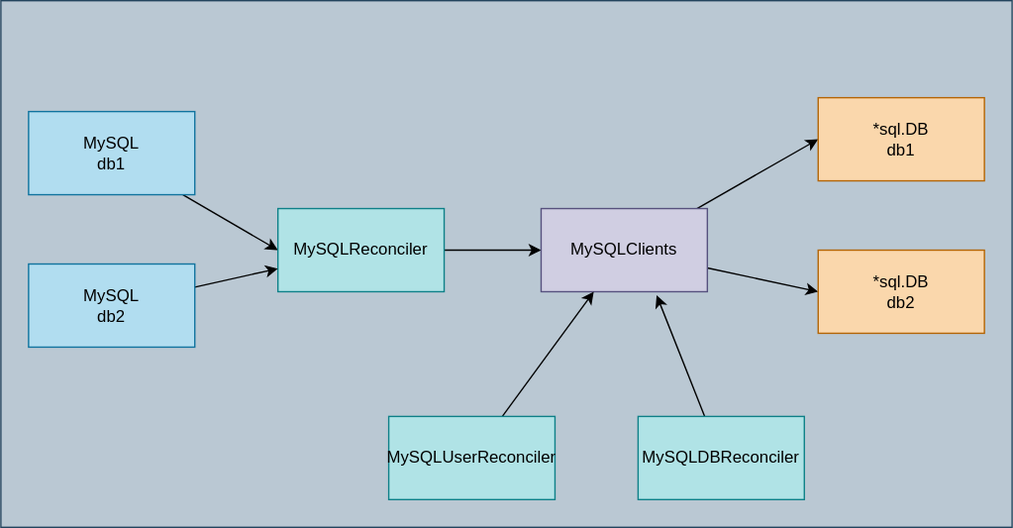
Earlier version of the draw.io export diagram.drawio.svg (nakamasato/mysql-operator). Source tidied: cells renumbered, new cells last; positions are measured from the earlier drawing's top-left corner, leaving out a move shared by most shapes.
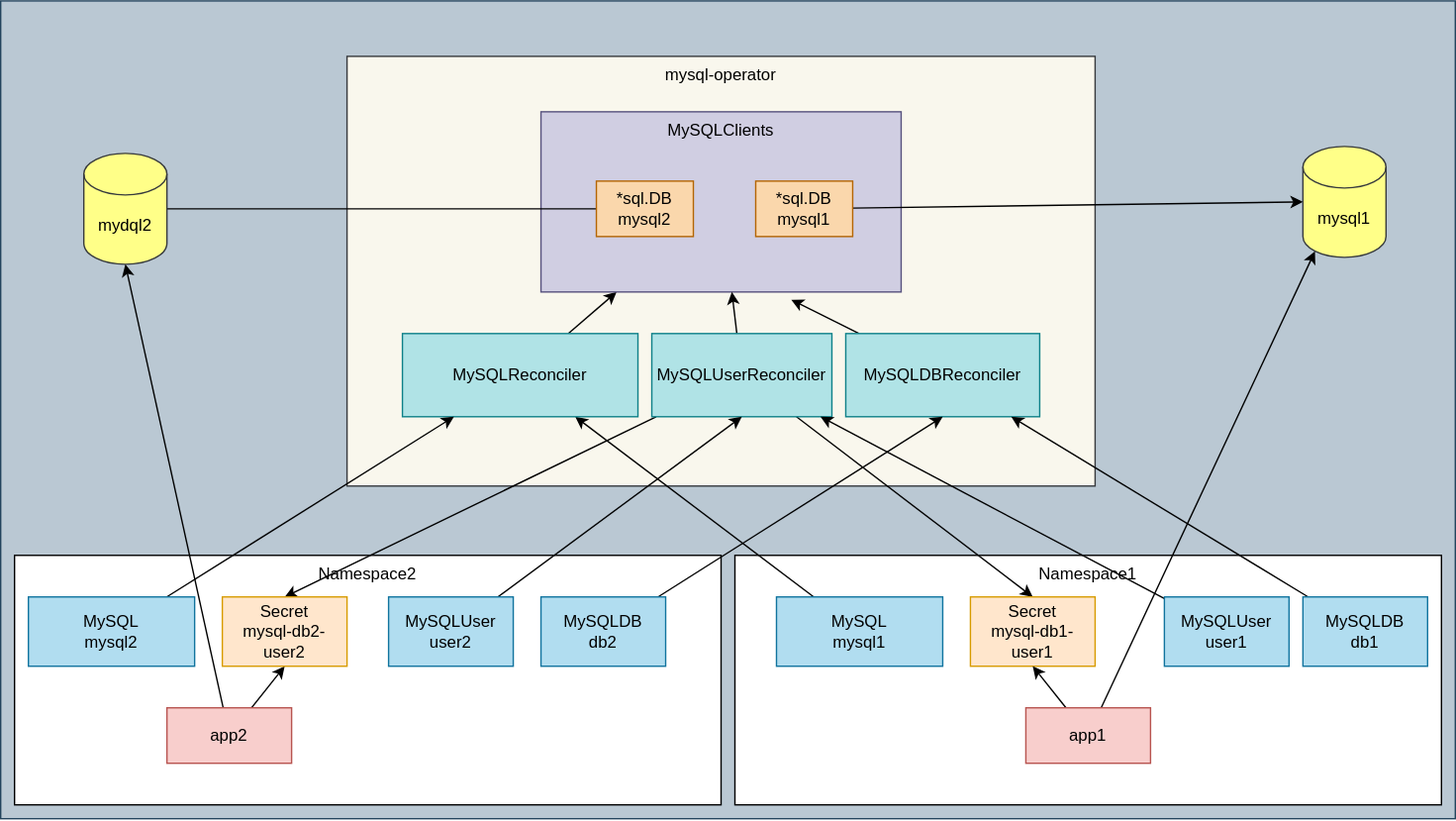
Above is the later version.

Commit message:
fix: include namespace in key of MySQLClients (#189)

The edit, as a diff of the source:
```diff
@@ -3,52 +3,121 @@
     <mxCell id="0" />
     <mxCell id="1" parent="0" />
     <mxCell id="2" style="rounded=0;whiteSpace=wrap;html=1;fillColor=#bac8d3;strokeColor=#23445d;" parent="1" vertex="1">
-      <mxGeometry width="730" height="380" as="geometry" />
+      <mxGeometry x="-120" width="1050" height="590" as="geometry" />
     </mxCell>
+    <mxCell id="18" value="Namespace2" style="rounded=0;whiteSpace=wrap;html=1;verticalAlign=top;" parent="1" vertex="1">
+      <mxGeometry x="-110" y="400" width="510" height="180" as="geometry" />
+    </mxCell>
+    <mxCell id="19" value="Namespace1" style="rounded=0;whiteSpace=wrap;html=1;verticalAlign=top;" parent="1" vertex="1">
+      <mxGeometry x="410" y="400" width="510" height="180" as="geometry" />
+    </mxCell>
+    <mxCell id="20" value="mysql-operator" style="rounded=0;whiteSpace=wrap;html=1;fillColor=#f9f7ed;strokeColor=#36393d;verticalAlign=top;" parent="1" vertex="1">
+      <mxGeometry x="130" y="40" width="540" height="310" as="geometry" />
+    </mxCell>
-    <mxCell id="3" style="edgeStyle=none;html=1;entryX=0;entryY=0.5;entryDx=0;entryDy=0;" parent="1" edge="1" source="4" target="6">
+    <mxCell id="3" style="edgeStyle=none;html=1;" parent="1" edge="1" source="4" target="6">
       <mxGeometry relative="1" as="geometry" />
     </mxCell>
-    <mxCell id="4" value="MySQL&lt;br&gt;db1" style="rounded=0;whiteSpace=wrap;html=1;fillColor=#b1ddf0;strokeColor=#10739e;" parent="1" vertex="1">
-      <mxGeometry x="20" y="80" width="120" height="60" as="geometry" />
+    <mxCell id="4" value="MySQL&lt;br&gt;mysql1" style="rounded=0;whiteSpace=wrap;html=1;fillColor=#b1ddf0;strokeColor=#10739e;" parent="1" vertex="1">
+      <mxGeometry x="440" y="430" width="120" height="50" as="geometry" />
     </mxCell>
     <mxCell id="5" style="edgeStyle=none;html=1;" parent="1" edge="1" source="6" target="9">
       <mxGeometry relative="1" as="geometry" />
     </mxCell>
     <mxCell id="6" value="MySQLReconciler" style="rounded=0;whiteSpace=wrap;html=1;fillColor=#b0e3e6;strokeColor=#0e8088;" parent="1" vertex="1">
-      <mxGeometry x="200" y="150" width="120" height="60" as="geometry" />
+      <mxGeometry x="170" y="240" width="170" height="60" as="geometry" />
     </mxCell>
-    <mxCell id="7" style="edgeStyle=none;html=1;entryX=0;entryY=0.5;entryDx=0;entryDy=0;" parent="1" edge="1" source="9" target="17">
-      <mxGeometry relative="1" as="geometry" />
-    </mxCell>
-    <mxCell id="8" style="edgeStyle=none;html=1;entryX=0;entryY=0.5;entryDx=0;entryDy=0;" parent="1" edge="1" source="9" target="16">
-      <mxGeometry relative="1" as="geometry" />
-    </mxCell>
-    <mxCell id="9" value="MySQLClients" style="rounded=0;whiteSpace=wrap;html=1;fillColor=#d0cee2;strokeColor=#56517e;" parent="1" vertex="1">
-      <mxGeometry x="390" y="150" width="120" height="60" as="geometry" />
+    <mxCell id="9" value="MySQLClients" style="rounded=0;whiteSpace=wrap;html=1;fillColor=#d0cee2;strokeColor=#56517e;verticalAlign=top;" parent="1" vertex="1">
+      <mxGeometry x="270" y="80" width="260" height="130" as="geometry" />
     </mxCell>
     <mxCell id="10" style="edgeStyle=none;html=1;" parent="1" edge="1" source="11" target="9">
       <mxGeometry relative="1" as="geometry" />
     </mxCell>
+    <mxCell id="21" style="edgeStyle=none;html=1;entryX=0.5;entryY=0;entryDx=0;entryDy=0;" parent="1" edge="1" source="11" target="31">
+      <mxGeometry relative="1" as="geometry" />
+    </mxCell>
+    <mxCell id="22" style="edgeStyle=none;html=1;entryX=0.5;entryY=0;entryDx=0;entryDy=0;" parent="1" edge="1" source="11" target="38">
+      <mxGeometry relative="1" as="geometry" />
+    </mxCell>
     <mxCell id="11" value="MySQLUserReconciler" style="rounded=0;whiteSpace=wrap;html=1;fillColor=#b0e3e6;strokeColor=#0e8088;" parent="1" vertex="1">
-      <mxGeometry x="280" y="300" width="120" height="60" as="geometry" />
+      <mxGeometry x="350" y="240" width="130" height="60" as="geometry" />
     </mxCell>
     <mxCell id="12" style="edgeStyle=none;html=1;entryX=0.695;entryY=1.043;entryDx=0;entryDy=0;entryPerimeter=0;" parent="1" edge="1" source="13" target="9">
       <mxGeometry relative="1" as="geometry" />
     </mxCell>
     <mxCell id="13" value="MySQLDBReconciler" style="rounded=0;whiteSpace=wrap;html=1;fillColor=#b0e3e6;strokeColor=#0e8088;" parent="1" vertex="1">
-      <mxGeometry x="460" y="300" width="120" height="60" as="geometry" />
+      <mxGeometry x="490" y="240" width="140" height="60" as="geometry" />
     </mxCell>
     <mxCell id="14" style="edgeStyle=none;html=1;" parent="1" edge="1" source="15" target="6">
       <mxGeometry relative="1" as="geometry" />
     </mxCell>
-    <mxCell id="15" value="MySQL&lt;br&gt;db2" style="rounded=0;whiteSpace=wrap;html=1;fillColor=#b1ddf0;strokeColor=#10739e;" parent="1" vertex="1">
-      <mxGeometry x="20" y="190" width="120" height="60" as="geometry" />
+    <mxCell id="15" value="MySQL&lt;br&gt;mysql2" style="rounded=0;whiteSpace=wrap;html=1;fillColor=#b1ddf0;strokeColor=#10739e;" parent="1" vertex="1">
+      <mxGeometry x="-100" y="430" width="120" height="50" as="geometry" />
     </mxCell>
+    <mxCell id="23" style="edgeStyle=none;html=1;entryX=0;entryY=0.5;entryDx=0;entryDy=0;entryPerimeter=0;" parent="1" edge="1" source="16" target="25">
+      <mxGeometry relative="1" as="geometry" />
+    </mxCell>
-    <mxCell id="16" value="*sql.DB&lt;br&gt;db1" style="rounded=0;whiteSpace=wrap;html=1;fillColor=#fad7ac;strokeColor=#b46504;" parent="1" vertex="1">
-      <mxGeometry x="590" y="70" width="120" height="60" as="geometry" />
+    <mxCell id="16" value="*sql.DB&lt;br&gt;mysql1" style="rounded=0;whiteSpace=wrap;html=1;fillColor=#fad7ac;strokeColor=#b46504;" parent="1" vertex="1">
+      <mxGeometry x="425" y="130" width="70" height="40" as="geometry" />
     </mxCell>
+    <mxCell id="24" style="edgeStyle=none;html=1;entryX=0;entryY=0.5;entryDx=0;entryDy=0;entryPerimeter=0;" parent="1" edge="1" source="17" target="26">
+      <mxGeometry relative="1" as="geometry" />
+    </mxCell>
-    <mxCell id="17" value="*sql.DB&lt;br&gt;db2" style="rounded=0;whiteSpace=wrap;html=1;fillColor=#fad7ac;strokeColor=#b46504;" parent="1" vertex="1">
-      <mxGeometry x="590" y="180" width="120" height="60" as="geometry" />
+    <mxCell id="17" value="*sql.DB&lt;br&gt;mysql2" style="rounded=0;whiteSpace=wrap;html=1;fillColor=#fad7ac;strokeColor=#b46504;" parent="1" vertex="1">
+      <mxGeometry x="310" y="130" width="70" height="40" as="geometry" />
     </mxCell>
+    <mxCell id="25" value="mysql1" style="shape=cylinder3;whiteSpace=wrap;html=1;boundedLbl=1;backgroundOutline=1;size=15;fillColor=#ffff88;strokeColor=#36393d;" parent="1" vertex="1">
+      <mxGeometry x="820" y="105" width="60" height="80" as="geometry" />
+    </mxCell>
+    <mxCell id="26" value="mydql2" style="shape=cylinder3;whiteSpace=wrap;html=1;boundedLbl=1;backgroundOutline=1;size=15;fillColor=#ffff88;strokeColor=#36393d;" parent="1" vertex="1">
+      <mxGeometry x="-60" y="110" width="60" height="80" as="geometry" />
+    </mxCell>
+    <mxCell id="27" style="edgeStyle=none;html=1;" parent="1" edge="1" source="28" target="13">
+      <mxGeometry relative="1" as="geometry" />
+    </mxCell>
+    <mxCell id="28" value="MySQLDB&lt;br&gt;db1" style="rounded=0;whiteSpace=wrap;html=1;fillColor=#b1ddf0;strokeColor=#10739e;" parent="1" vertex="1">
+      <mxGeometry x="820" y="430" width="90" height="50" as="geometry" />
+    </mxCell>
+    <mxCell id="29" style="edgeStyle=none;html=1;" parent="1" edge="1" source="30" target="11">
+      <mxGeometry relative="1" as="geometry" />
+    </mxCell>
+    <mxCell id="30" value="MySQLUser&lt;br&gt;user1" style="rounded=0;whiteSpace=wrap;html=1;fillColor=#b1ddf0;strokeColor=#10739e;" parent="1" vertex="1">
+      <mxGeometry x="720" y="430" width="90" height="50" as="geometry" />
+    </mxCell>
+    <mxCell id="31" value="Secret&lt;br&gt;mysql-db1-user1" style="rounded=0;whiteSpace=wrap;html=1;fillColor=#ffe6cc;strokeColor=#d79b00;" parent="1" vertex="1">
+      <mxGeometry x="580" y="430" width="90" height="50" as="geometry" />
+    </mxCell>
+    <mxCell id="32" style="edgeStyle=none;html=1;entryX=0.5;entryY=1;entryDx=0;entryDy=0;" parent="1" edge="1" source="34" target="31">
+      <mxGeometry relative="1" as="geometry" />
+    </mxCell>
+    <mxCell id="33" style="edgeStyle=none;html=1;entryX=0.145;entryY=1;entryDx=0;entryDy=-4.35;entryPerimeter=0;" parent="1" edge="1" source="34" target="25">
+      <mxGeometry relative="1" as="geometry" />
+    </mxCell>
+    <mxCell id="34" value="app1" style="rounded=0;whiteSpace=wrap;html=1;fillColor=#f8cecc;strokeColor=#b85450;" parent="1" vertex="1">
+      <mxGeometry x="620" y="510" width="90" height="40" as="geometry" />
+    </mxCell>
+    <mxCell id="35" style="edgeStyle=none;html=1;entryX=0.5;entryY=1;entryDx=0;entryDy=0;" parent="1" edge="1" source="37" target="38">
+      <mxGeometry relative="1" as="geometry" />
+    </mxCell>
+    <mxCell id="36" style="edgeStyle=none;html=1;entryX=0.5;entryY=1;entryDx=0;entryDy=0;entryPerimeter=0;" parent="1" edge="1" source="37" target="26">
+      <mxGeometry relative="1" as="geometry" />
+    </mxCell>
+    <mxCell id="37" value="app2" style="rounded=0;whiteSpace=wrap;html=1;fillColor=#f8cecc;strokeColor=#b85450;" parent="1" vertex="1">
+      <mxGeometry y="510" width="90" height="40" as="geometry" />
+    </mxCell>
+    <mxCell id="38" value="Secret&lt;br&gt;mysql-db2-user2" style="rounded=0;whiteSpace=wrap;html=1;fillColor=#ffe6cc;strokeColor=#d79b00;" parent="1" vertex="1">
+      <mxGeometry x="40" y="430" width="90" height="50" as="geometry" />
+    </mxCell>
+    <mxCell id="39" style="edgeStyle=none;html=1;entryX=0.5;entryY=1;entryDx=0;entryDy=0;" parent="1" edge="1" source="40" target="11">
+      <mxGeometry relative="1" as="geometry" />
+    </mxCell>
+    <mxCell id="40" value="MySQLUser&lt;br&gt;user2" style="rounded=0;whiteSpace=wrap;html=1;fillColor=#b1ddf0;strokeColor=#10739e;" parent="1" vertex="1">
+      <mxGeometry x="160" y="430" width="90" height="50" as="geometry" />
+    </mxCell>
+    <mxCell id="41" style="edgeStyle=none;html=1;entryX=0.5;entryY=1;entryDx=0;entryDy=0;" parent="1" edge="1" source="42" target="13">
+      <mxGeometry relative="1" as="geometry" />
+    </mxCell>
+    <mxCell id="42" value="MySQLDB&lt;br&gt;db2" style="rounded=0;whiteSpace=wrap;html=1;fillColor=#b1ddf0;strokeColor=#10739e;" parent="1" vertex="1">
+      <mxGeometry x="270" y="430" width="90" height="50" as="geometry" />
+    </mxCell>
   </root>
 </mxGraphModel>
```
